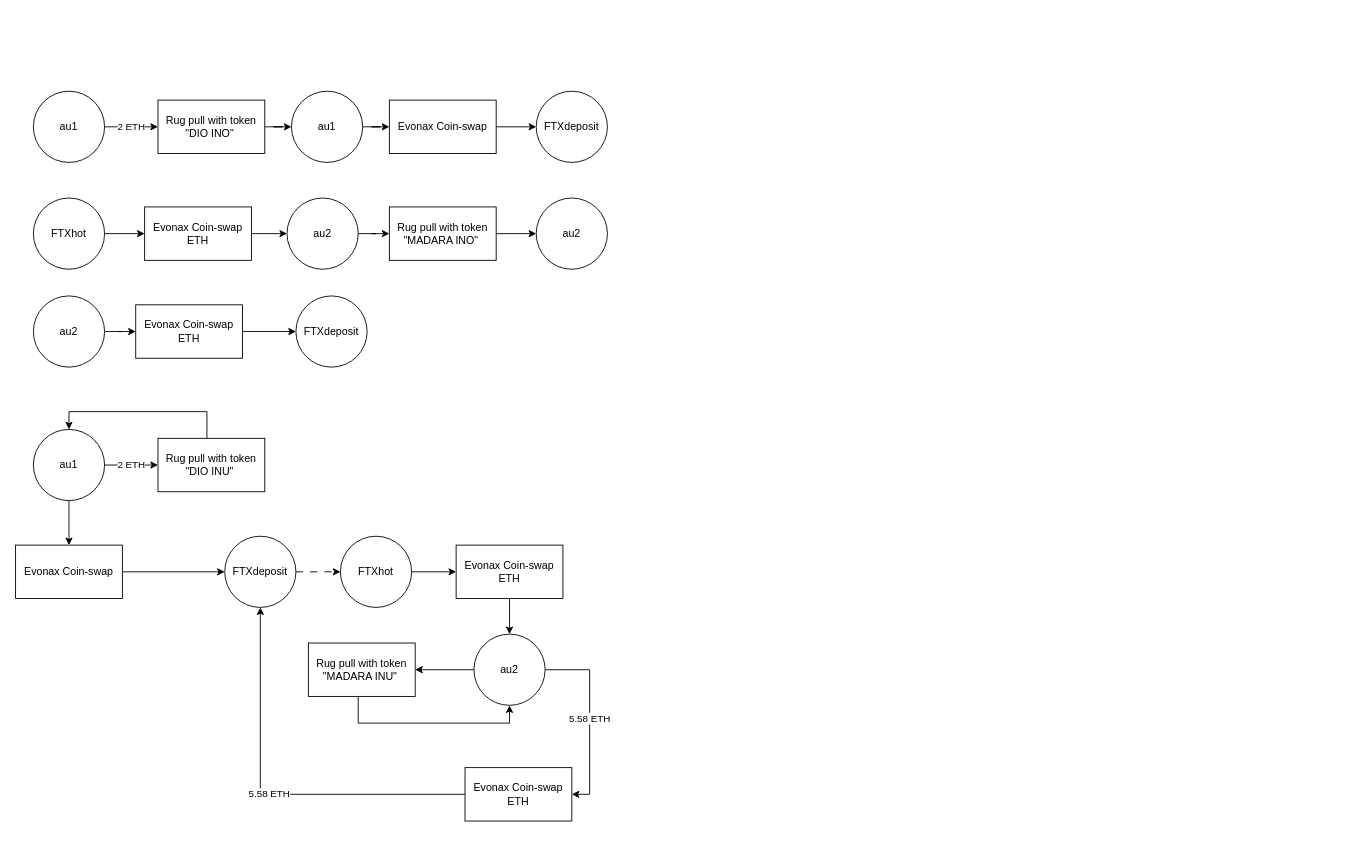
Before: flow.drawio in alebree/ICBC_Charts, a draw.io diagram. Source tidied: cells renumbered, new cells numbered last; positions are measured from the earlier drawing's top-left corner, leaving out a move shared by most shapes. Both pictures are drawn from the tidied source at 89%, with x=0, y=0 at pixel (15, 91).
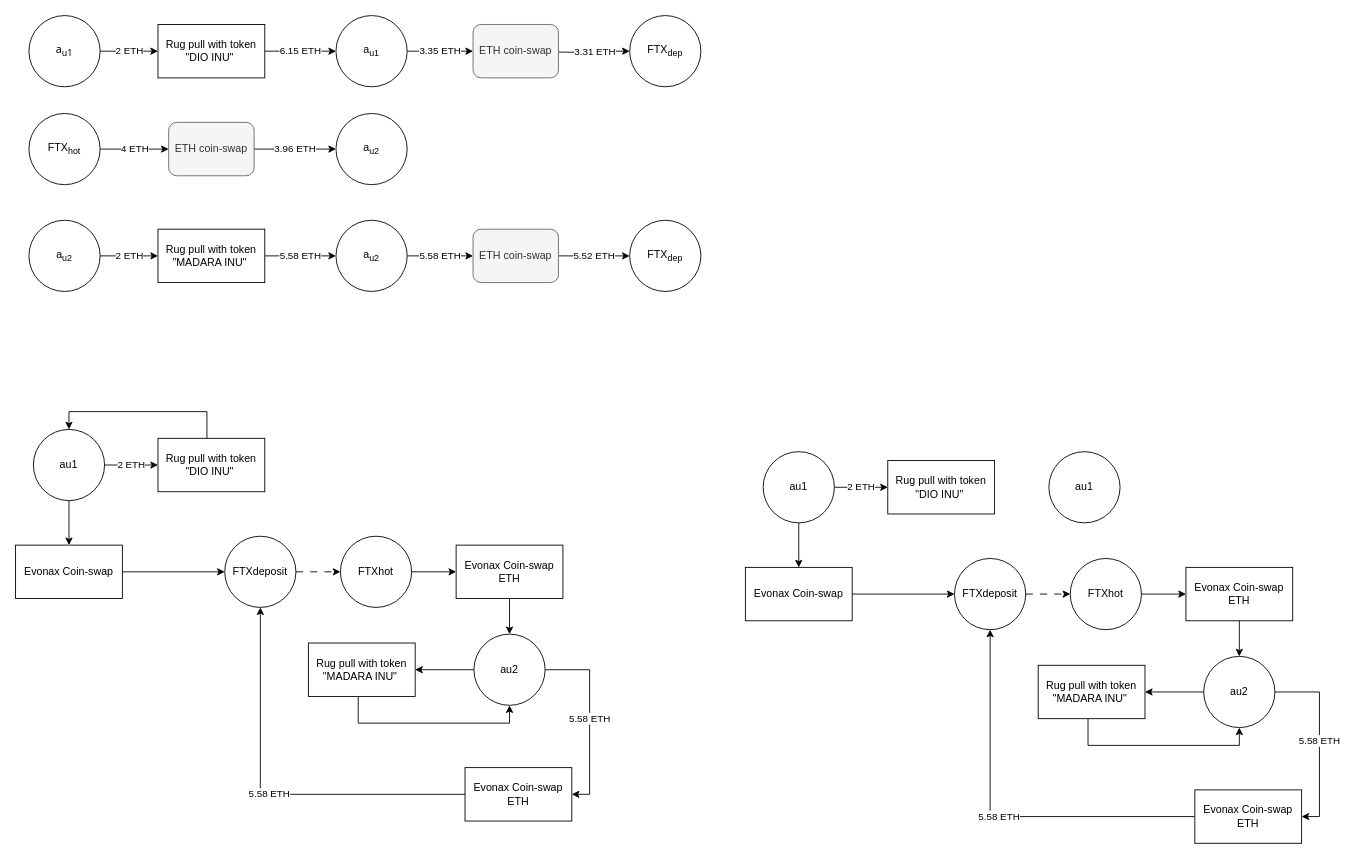
The same page after the edit.

Diff of the diagram source:
```diff
@@
-    <mxCell id="3" value="au1" style="ellipse;whiteSpace=wrap;html=1;" parent="1" vertex="1">
-      <mxGeometry x="20" width="80" height="80" as="geometry" />
+    <mxCell id="3" value="&lt;p&gt;&lt;font face=&quot;Tahoma&quot;&gt;a&lt;sub&gt;u1&lt;/sub&gt;&lt;/font&gt;&lt;/p&gt;" style="ellipse;whiteSpace=wrap;html=1;" parent="1" vertex="1">
+      <mxGeometry x="15" y="-85" width="80" height="80" as="geometry" />
     </mxCell>
-    <mxCell id="4" style="edgeStyle=orthogonalEdgeStyle;rounded=0;jettySize=auto;html=1;entryX=0;entryY=0.5;entryDx=0;entryDy=0;" parent="1" edge="1" source="5" target="7">
+    <mxCell id="4" value="6.15 ETH" style="edgeStyle=orthogonalEdgeStyle;rounded=0;jettySize=auto;html=1;entryX=0;entryY=0.5;entryDx=0;entryDy=0;" parent="1" edge="1" source="5" target="7">
       <mxGeometry relative="1" as="geometry" />
     </mxCell>
-    <mxCell id="5" value="Rug pull with token &quot;DIO INO&quot;&amp;nbsp;" style="rounded=0;whiteSpace=wrap;html=1;" parent="1" vertex="1">
-      <mxGeometry x="160" y="10" width="120" height="60" as="geometry" />
+    <mxCell id="5" value="Rug pull with token &quot;DIO INU&quot;&amp;nbsp;" style="rounded=0;whiteSpace=wrap;html=1;" parent="1" vertex="1">
+      <mxGeometry x="160" y="-75" width="120" height="60" as="geometry" />
     </mxCell>
-    <mxCell id="6" style="edgeStyle=orthogonalEdgeStyle;rounded=0;jettySize=auto;html=1;entryX=0;entryY=0.5;entryDx=0;entryDy=0;" parent="1" edge="1" source="7" target="9">
-      <mxGeometry relative="1" as="geometry" />
+    <mxCell id="6" value="3.35 ETH" style="edgeStyle=orthogonalEdgeStyle;rounded=0;jettySize=auto;html=1;entryX=0;entryY=0.5;entryDx=0;entryDy=0;" parent="1" edge="1" source="7" target="73">
+      <mxGeometry x="-0.01" relative="1" as="geometry" />
     </mxCell>
-    <mxCell id="7" value="au1" style="ellipse;whiteSpace=wrap;html=1;" parent="1" vertex="1">
-      <mxGeometry x="310" width="80" height="80" as="geometry" />
+    <mxCell id="7" value="a&lt;sub&gt;u1&lt;/sub&gt;" style="ellipse;whiteSpace=wrap;html=1;" parent="1" vertex="1">
+      <mxGeometry x="360" y="-85" width="80" height="80" as="geometry" />
     </mxCell>
-    <mxCell id="8" style="edgeStyle=orthogonalEdgeStyle;rounded=0;jettySize=auto;html=1;entryX=0;entryY=0.5;entryDx=0;entryDy=0;" parent="1" edge="1" source="9" target="10">
-      <mxGeometry relative="1" as="geometry" />
-    </mxCell>
-    <mxCell id="9" value="Evonax Coin-swap" style="rounded=0;whiteSpace=wrap;html=1;" parent="1" vertex="1">
-      <mxGeometry x="420" y="10" width="120" height="60" as="geometry" />
-    </mxCell>
+    <mxCell id="45" value="3.31 ETH" style="edgeStyle=orthogonalEdgeStyle;rounded=0;jettySize=auto;html=1;" parent="1" edge="1" target="10">
+      <mxGeometry relative="1" as="geometry">
+        <mxPoint x="610" y="-44" as="sourcePoint" />
+      </mxGeometry>
+    </mxCell>
-    <mxCell id="10" value="FTXdeposit" style="ellipse;whiteSpace=wrap;html=1;" parent="1" vertex="1">
-      <mxGeometry x="585" width="80" height="80" as="geometry" />
+    <mxCell id="10" value="FTX&lt;sub&gt;dep&lt;/sub&gt;" style="ellipse;whiteSpace=wrap;html=1;" parent="1" vertex="1">
+      <mxGeometry x="690" y="-85" width="80" height="80" as="geometry" />
     </mxCell>
-    <mxCell id="11" style="edgeStyle=orthogonalEdgeStyle;rounded=0;jettySize=auto;html=1;exitX=1;exitY=0.5;exitDx=0;exitDy=0;entryX=0;entryY=0.5;entryDx=0;entryDy=0;" parent="1" edge="1" source="12" target="14">
+    <mxCell id="11" value="4 ETH" style="edgeStyle=orthogonalEdgeStyle;rounded=0;jettySize=auto;html=1;exitX=1;exitY=0.5;exitDx=0;exitDy=0;entryX=0;entryY=0.5;entryDx=0;entryDy=0;" parent="1" edge="1" source="12" target="64">
       <mxGeometry relative="1" as="geometry" />
     </mxCell>
-    <mxCell id="12" value="FTXhot" style="ellipse;whiteSpace=wrap;html=1;" parent="1" vertex="1">
-      <mxGeometry x="20" y="120" width="80" height="80" as="geometry" />
+    <mxCell id="12" value="FTX&lt;sub&gt;hot&lt;/sub&gt;" style="ellipse;whiteSpace=wrap;html=1;" parent="1" vertex="1">
+      <mxGeometry x="15" y="25" width="80" height="80" as="geometry" />
     </mxCell>
-    <mxCell id="13" style="edgeStyle=orthogonalEdgeStyle;rounded=0;jettySize=auto;html=1;entryX=0;entryY=0.5;entryDx=0;entryDy=0;" parent="1" edge="1" source="14" target="16">
+    <mxCell id="13" value="3.96 ETH" style="edgeStyle=orthogonalEdgeStyle;rounded=0;jettySize=auto;html=1;entryX=0;entryY=0.5;entryDx=0;entryDy=0;exitX=1;exitY=0.5;exitDx=0;exitDy=0;" parent="1" edge="1" source="64" target="16">
       <mxGeometry relative="1" as="geometry" />
     </mxCell>
-    <mxCell id="14" value="Evonax Coin-swap&lt;div&gt;ETH&lt;/div&gt;" style="rounded=0;whiteSpace=wrap;html=1;" parent="1" vertex="1">
-      <mxGeometry x="145" y="130" width="120" height="60" as="geometry" />
-    </mxCell>
-    <mxCell id="15" style="edgeStyle=orthogonalEdgeStyle;rounded=0;jettySize=auto;html=1;entryX=0;entryY=0.5;entryDx=0;entryDy=0;" parent="1" edge="1" source="16" target="20">
-      <mxGeometry relative="1" as="geometry" />
-    </mxCell>
-    <mxCell id="16" value="au2" style="ellipse;whiteSpace=wrap;html=1;" parent="1" vertex="1">
-      <mxGeometry x="305" y="120" width="80" height="80" as="geometry" />
+    <mxCell id="16" value="a&lt;sub&gt;u2&lt;/sub&gt;" style="ellipse;whiteSpace=wrap;html=1;" parent="1" vertex="1">
+      <mxGeometry x="360" y="25" width="80" height="80" as="geometry" />
     </mxCell>
-    <mxCell id="17" style="edgeStyle=orthogonalEdgeStyle;rounded=0;jettySize=auto;html=1;entryX=0;entryY=0.5;entryDx=0;entryDy=0;" parent="1" edge="1" source="18" target="23">
-      <mxGeometry relative="1" as="geometry" />
-    </mxCell>
-    <mxCell id="18" value="au2" style="ellipse;whiteSpace=wrap;html=1;" parent="1" vertex="1">
-      <mxGeometry x="20" y="230" width="80" height="80" as="geometry" />
-    </mxCell>
-    <mxCell id="19" style="edgeStyle=orthogonalEdgeStyle;rounded=0;jettySize=auto;html=1;entryX=0;entryY=0.5;entryDx=0;entryDy=0;" parent="1" edge="1" source="20" target="21">
-      <mxGeometry relative="1" as="geometry" />
-    </mxCell>
-    <mxCell id="20" value="Rug pull with token &quot;MADARA INO&quot;&amp;nbsp;" style="rounded=0;whiteSpace=wrap;html=1;" parent="1" vertex="1">
-      <mxGeometry x="420" y="130" width="120" height="60" as="geometry" />
-    </mxCell>
-    <mxCell id="21" value="au2" style="ellipse;whiteSpace=wrap;html=1;" parent="1" vertex="1">
-      <mxGeometry x="585" y="120" width="80" height="80" as="geometry" />
-    </mxCell>
-    <mxCell id="22" style="edgeStyle=orthogonalEdgeStyle;rounded=0;jettySize=auto;html=1;entryX=0;entryY=0.5;entryDx=0;entryDy=0;" parent="1" edge="1" source="23" target="24">
-      <mxGeometry relative="1" as="geometry" />
-    </mxCell>
-    <mxCell id="23" value="Evonax Coin-swap&lt;div&gt;ETH&lt;/div&gt;" style="rounded=0;whiteSpace=wrap;html=1;" parent="1" vertex="1">
-      <mxGeometry x="135" y="240" width="120" height="60" as="geometry" />
-    </mxCell>
-    <mxCell id="24" value="FTXdeposit" style="ellipse;whiteSpace=wrap;html=1;" parent="1" vertex="1">
-      <mxGeometry x="315" y="230" width="80" height="80" as="geometry" />
-    </mxCell>
@@
+    <mxCell id="46" value="2 ETH" style="edgeStyle=orthogonalEdgeStyle;rounded=0;jettySize=auto;html=1;entryX=0;entryY=0.5;entryDx=0;entryDy=0;" parent="1" edge="1" source="48" target="49">
+      <mxGeometry relative="1" as="geometry" />
+    </mxCell>
+    <mxCell id="47" style="edgeStyle=orthogonalEdgeStyle;rounded=0;jettySize=auto;html=1;" parent="1" edge="1" source="48" target="9">
+      <mxGeometry relative="1" as="geometry" />
+    </mxCell>
+    <mxCell id="48" value="au1" style="ellipse;whiteSpace=wrap;html=1;" parent="1" vertex="1">
+      <mxGeometry x="840" y="405" width="80" height="80" as="geometry" />
+    </mxCell>
+    <mxCell id="49" value="Rug pull with token &quot;DIO INU&quot;&amp;nbsp;" style="rounded=0;whiteSpace=wrap;html=1;" parent="1" vertex="1">
+      <mxGeometry x="980" y="415" width="120" height="60" as="geometry" />
+    </mxCell>
+    <mxCell id="50" style="edgeStyle=orthogonalEdgeStyle;rounded=0;jettySize=auto;html=1;entryX=0;entryY=0.5;entryDx=0;entryDy=0;" parent="1" edge="1" source="9" target="24">
+      <mxGeometry relative="1" as="geometry" />
+    </mxCell>
+    <mxCell id="9" value="Evonax Coin-swap" style="rounded=0;whiteSpace=wrap;html=1;" parent="1" vertex="1">
+      <mxGeometry x="820" y="535" width="120" height="60" as="geometry" />
+    </mxCell>
+    <mxCell id="51" style="edgeStyle=orthogonalEdgeStyle;rounded=0;jettySize=auto;html=1;entryX=0;entryY=0.5;entryDx=0;entryDy=0;dashed=1;dashPattern=8 8;" parent="1" edge="1" source="24" target="53">
+      <mxGeometry relative="1" as="geometry" />
+    </mxCell>
+    <mxCell id="24" value="FTXdeposit" style="ellipse;whiteSpace=wrap;html=1;" parent="1" vertex="1">
+      <mxGeometry x="1055" y="525" width="80" height="80" as="geometry" />
+    </mxCell>
+    <mxCell id="52" style="edgeStyle=orthogonalEdgeStyle;rounded=0;jettySize=auto;html=1;exitX=1;exitY=0.5;exitDx=0;exitDy=0;entryX=0;entryY=0.5;entryDx=0;entryDy=0;" parent="1" edge="1" source="53" target="55">
+      <mxGeometry relative="1" as="geometry" />
+    </mxCell>
+    <mxCell id="53" value="FTXhot" style="ellipse;whiteSpace=wrap;html=1;" parent="1" vertex="1">
+      <mxGeometry x="1185" y="525" width="80" height="80" as="geometry" />
+    </mxCell>
+    <mxCell id="54" style="edgeStyle=orthogonalEdgeStyle;rounded=0;jettySize=auto;html=1;entryX=0.5;entryY=0;entryDx=0;entryDy=0;" parent="1" edge="1" source="55" target="58">
+      <mxGeometry relative="1" as="geometry" />
+    </mxCell>
+    <mxCell id="55" value="Evonax Coin-swap&lt;div&gt;ETH&lt;/div&gt;" style="rounded=0;whiteSpace=wrap;html=1;" parent="1" vertex="1">
+      <mxGeometry x="1315" y="535" width="120" height="60" as="geometry" />
+    </mxCell>
+    <mxCell id="56" style="edgeStyle=orthogonalEdgeStyle;rounded=0;jettySize=auto;html=1;" parent="1" edge="1" source="58" target="60">
+      <mxGeometry relative="1" as="geometry" />
+    </mxCell>
+    <mxCell id="57" value="&lt;span style=&quot;color: rgb(0, 0, 0); font-family: Helvetica; font-size: 11px; font-style: normal; font-variant-ligatures: normal; font-variant-caps: normal; font-weight: 400; letter-spacing: normal; orphans: 2; text-align: center; text-indent: 0px; text-transform: none; widows: 2; word-spacing: 0px; -webkit-text-stroke-width: 0px; white-space: nowrap; background-color: rgb(255, 255, 255); text-decoration-thickness: initial; text-decoration-style: initial; text-decoration-color: initial; display: inline !important; float: none;&quot;&gt;5.58 ETH&lt;/span&gt;" style="edgeStyle=orthogonalEdgeStyle;rounded=0;jettySize=auto;html=1;entryX=1;entryY=0.5;entryDx=0;entryDy=0;exitX=1;exitY=0.5;exitDx=0;exitDy=0;" parent="1" edge="1" source="58" target="62">
+      <mxGeometry relative="1" as="geometry" />
+    </mxCell>
+    <mxCell id="58" value="au2" style="ellipse;whiteSpace=wrap;html=1;" parent="1" vertex="1">
+      <mxGeometry x="1335" y="635" width="80" height="80" as="geometry" />
+    </mxCell>
+    <mxCell id="59" style="edgeStyle=orthogonalEdgeStyle;rounded=0;jettySize=auto;html=1;entryX=0.5;entryY=1;entryDx=0;entryDy=0;" parent="1" edge="1" source="60" target="58">
+      <mxGeometry relative="1" as="geometry">
+        <Array as="points">
+          <mxPoint x="1205" y="735" />
+          <mxPoint x="1375" y="735" />
+        </Array>
+      </mxGeometry>
+    </mxCell>
+    <mxCell id="60" value="Rug pull with token &quot;MADARA INU&quot;&amp;nbsp;" style="rounded=0;whiteSpace=wrap;html=1;" parent="1" vertex="1">
+      <mxGeometry x="1149" y="645" width="120" height="60" as="geometry" />
+    </mxCell>
+    <mxCell id="61" value="&lt;span style=&quot;color: rgb(0, 0, 0); font-family: Helvetica; font-size: 11px; font-style: normal; font-variant-ligatures: normal; font-variant-caps: normal; font-weight: 400; letter-spacing: normal; orphans: 2; text-align: center; text-indent: 0px; text-transform: none; widows: 2; word-spacing: 0px; -webkit-text-stroke-width: 0px; white-space: nowrap; background-color: rgb(255, 255, 255); text-decoration-thickness: initial; text-decoration-style: initial; text-decoration-color: initial; display: inline !important; float: none;&quot;&gt;5.58 ETH&lt;/span&gt;" style="edgeStyle=orthogonalEdgeStyle;rounded=0;jettySize=auto;html=1;entryX=0.5;entryY=1;entryDx=0;entryDy=0;" parent="1" edge="1" source="62" target="24">
+      <mxGeometry relative="1" as="geometry" />
+    </mxCell>
+    <mxCell id="62" value="Evonax Coin-swap&lt;div&gt;ETH&lt;/div&gt;" style="rounded=0;whiteSpace=wrap;html=1;" parent="1" vertex="1">
+      <mxGeometry x="1325" y="785" width="120" height="60" as="geometry" />
+    </mxCell>
+    <mxCell id="63" value="au1" style="ellipse;whiteSpace=wrap;html=1;" parent="1" vertex="1">
+      <mxGeometry x="1161" y="405" width="80" height="80" as="geometry" />
+    </mxCell>
+    <mxCell id="64" value="ETH coin-swap" style="rounded=1;whiteSpace=wrap;html=1;fillColor=#f5f5f5;fontColor=#333333;strokeColor=#666666;" parent="1" vertex="1">
+      <mxGeometry x="172" y="35" width="96" height="60" as="geometry" />
+    </mxCell>
+    <mxCell id="65" value="2 ETH" style="edgeStyle=orthogonalEdgeStyle;rounded=0;jettySize=auto;html=1;entryX=0;entryY=0.5;entryDx=0;entryDy=0;" parent="1" edge="1" source="66" target="69">
+      <mxGeometry relative="1" as="geometry" />
+    </mxCell>
+    <mxCell id="66" value="a&lt;sub&gt;u2&lt;/sub&gt;" style="ellipse;whiteSpace=wrap;html=1;" parent="1" vertex="1">
+      <mxGeometry x="15" y="145" width="80" height="80" as="geometry" />
+    </mxCell>
+    <mxCell id="67" value="5.58 ETH" style="edgeStyle=orthogonalEdgeStyle;rounded=0;jettySize=auto;html=1;entryX=0;entryY=0.5;entryDx=0;entryDy=0;exitX=1;exitY=0.5;exitDx=0;exitDy=0;" parent="1" edge="1" source="70" target="72">
+      <mxGeometry relative="1" as="geometry" />
+    </mxCell>
+    <mxCell id="68" value="5.58 ETH" style="edgeStyle=orthogonalEdgeStyle;rounded=0;jettySize=auto;html=1;entryX=0;entryY=0.5;entryDx=0;entryDy=0;" parent="1" edge="1" source="69" target="70">
+      <mxGeometry relative="1" as="geometry" />
+    </mxCell>
+    <mxCell id="69" value="Rug pull with token &quot;MADARA INU&quot;&amp;nbsp;" style="rounded=0;whiteSpace=wrap;html=1;" parent="1" vertex="1">
+      <mxGeometry x="160" y="155" width="120" height="60" as="geometry" />
+    </mxCell>
+    <mxCell id="70" value="a&lt;sub&gt;u2&lt;/sub&gt;" style="ellipse;whiteSpace=wrap;html=1;" parent="1" vertex="1">
+      <mxGeometry x="360" y="145" width="80" height="80" as="geometry" />
+    </mxCell>
+    <mxCell id="71" value="5.52 ETH" style="edgeStyle=orthogonalEdgeStyle;rounded=0;jettySize=auto;html=1;entryX=0;entryY=0.5;entryDx=0;entryDy=0;" parent="1" edge="1" source="72" target="74">
+      <mxGeometry relative="1" as="geometry" />
+    </mxCell>
+    <mxCell id="72" value="ETH coin-swap" style="rounded=1;whiteSpace=wrap;html=1;fillColor=#f5f5f5;fontColor=#333333;strokeColor=#666666;" parent="1" vertex="1">
+      <mxGeometry x="514" y="155" width="96" height="60" as="geometry" />
+    </mxCell>
+    <mxCell id="73" value="ETH coin-swap" style="rounded=1;whiteSpace=wrap;html=1;fillColor=#f5f5f5;fontColor=#333333;strokeColor=#666666;" parent="1" vertex="1">
+      <mxGeometry x="514" y="-75" width="96" height="60" as="geometry" />
+    </mxCell>
+    <mxCell id="74" value="FTX&lt;sub&gt;dep&lt;/sub&gt;" style="ellipse;whiteSpace=wrap;html=1;" parent="1" vertex="1">
+      <mxGeometry x="690" y="145" width="80" height="80" as="geometry" />
+    </mxCell>
```
